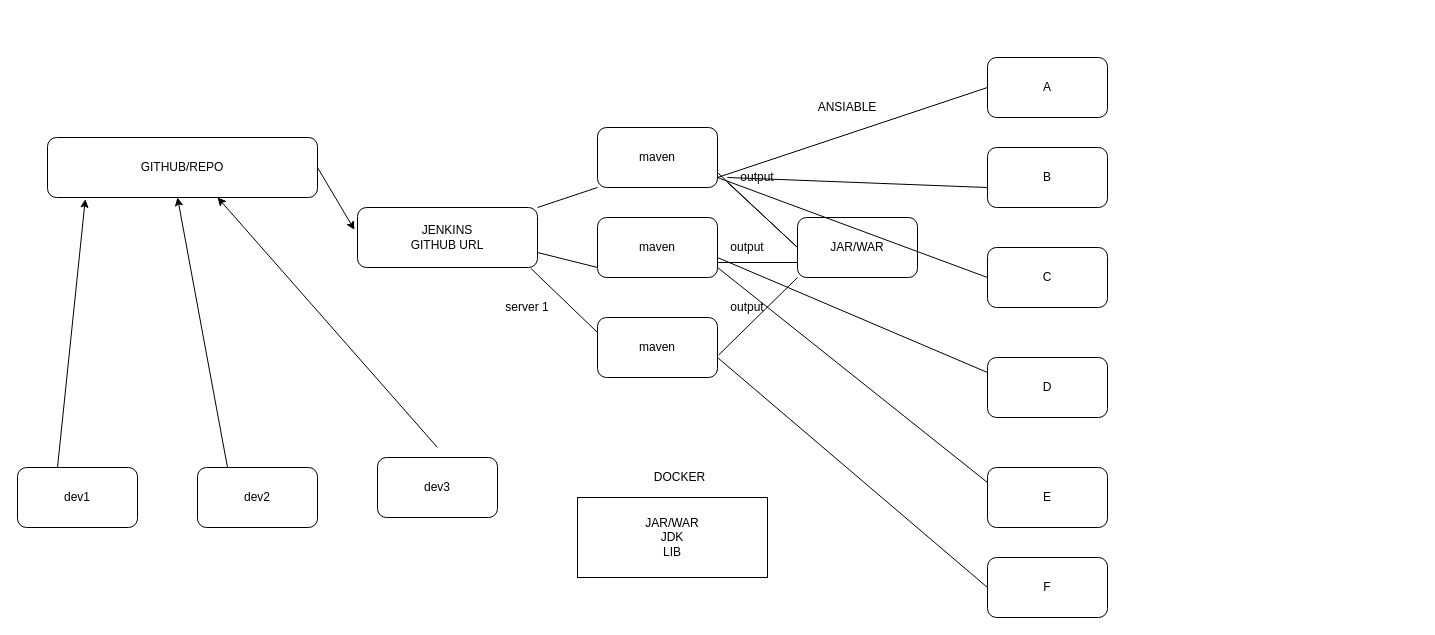
The draw.io diagram git-maven-jenkins.drawio in ashisnishanka/JENKINS, before the edit. Source tidied: cells renumbered, new cells numbered last; positions are measured from the earlier drawing's top-left corner, leaving out a move shared by most shapes. Both pictures are drawn from the tidied source at 100%, with x=0, y=0 at pixel (17, 57).
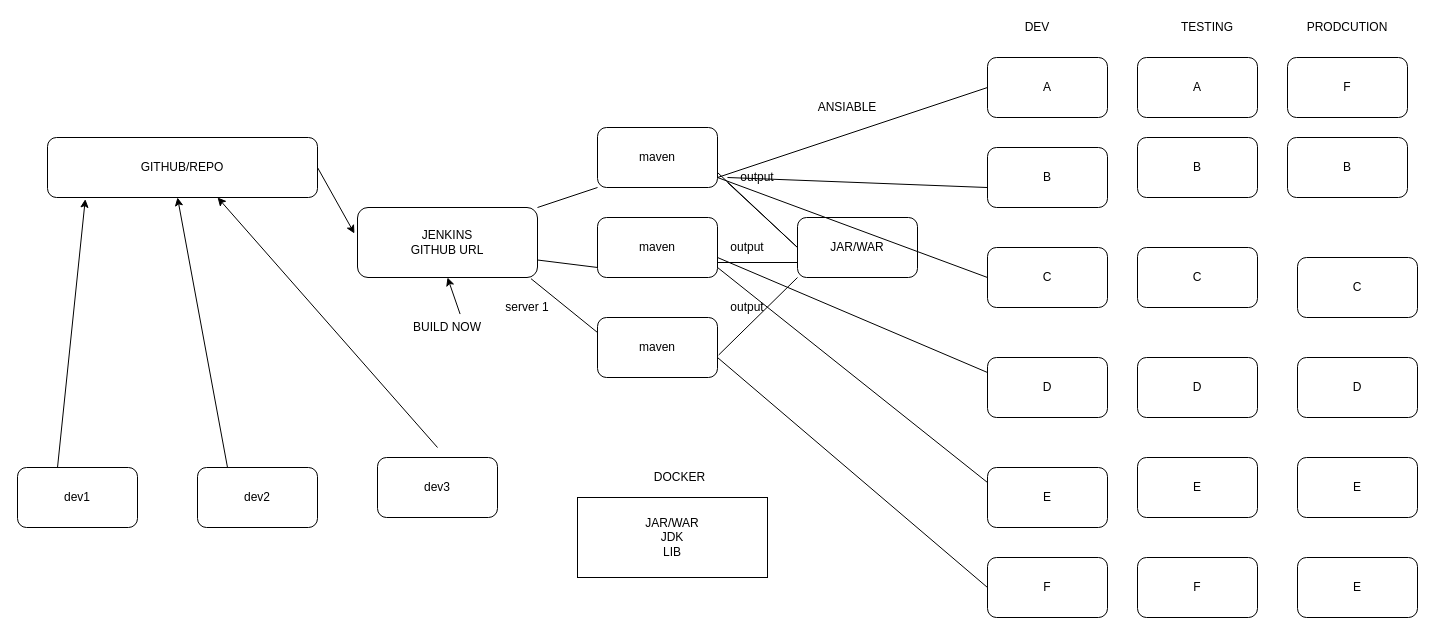
The same diagram, later.

What changed in the source:
```diff
@@
     <mxCell id="9" value="JENKINS&lt;br&gt;GITHUB URL" style="rounded=1;whiteSpace=wrap;html=1;" parent="1" vertex="1">
-      <mxGeometry x="340" y="150" width="180" height="60" as="geometry" />
+      <mxGeometry x="340" y="150" width="180" height="70" as="geometry" />
     </mxCell>
@@
+    <mxCell id="41" value="A" style="rounded=1;whiteSpace=wrap;html=1;" parent="1" vertex="1">
+      <mxGeometry x="1120" width="120" height="60" as="geometry" />
+    </mxCell>
+    <mxCell id="42" value="B" style="rounded=1;whiteSpace=wrap;html=1;" parent="1" vertex="1">
+      <mxGeometry x="1120" y="80" width="120" height="60" as="geometry" />
+    </mxCell>
+    <mxCell id="43" value="C" style="rounded=1;whiteSpace=wrap;html=1;" parent="1" vertex="1">
+      <mxGeometry x="1120" y="190" width="120" height="60" as="geometry" />
+    </mxCell>
+    <mxCell id="44" value="D" style="rounded=1;whiteSpace=wrap;html=1;" parent="1" vertex="1">
+      <mxGeometry x="1120" y="300" width="120" height="60" as="geometry" />
+    </mxCell>
+    <mxCell id="45" value="E" style="rounded=1;whiteSpace=wrap;html=1;" parent="1" vertex="1">
+      <mxGeometry x="1120" y="400" width="120" height="60" as="geometry" />
+    </mxCell>
+    <mxCell id="46" value="F" style="rounded=1;whiteSpace=wrap;html=1;" parent="1" vertex="1">
+      <mxGeometry x="1120" y="500" width="120" height="60" as="geometry" />
+    </mxCell>
+    <mxCell id="47" value="F" style="rounded=1;whiteSpace=wrap;html=1;" parent="1" vertex="1">
+      <mxGeometry x="1270" width="120" height="60" as="geometry" />
+    </mxCell>
+    <mxCell id="48" value="B" style="rounded=1;whiteSpace=wrap;html=1;" parent="1" vertex="1">
+      <mxGeometry x="1270" y="80" width="120" height="60" as="geometry" />
+    </mxCell>
+    <mxCell id="49" value="C" style="rounded=1;whiteSpace=wrap;html=1;" parent="1" vertex="1">
+      <mxGeometry x="1280" y="200" width="120" height="60" as="geometry" />
+    </mxCell>
+    <mxCell id="50" value="D" style="rounded=1;whiteSpace=wrap;html=1;" parent="1" vertex="1">
+      <mxGeometry x="1280" y="300" width="120" height="60" as="geometry" />
+    </mxCell>
+    <mxCell id="51" value="E" style="rounded=1;whiteSpace=wrap;html=1;" parent="1" vertex="1">
+      <mxGeometry x="1280" y="400" width="120" height="60" as="geometry" />
+    </mxCell>
+    <mxCell id="52" value="E" style="rounded=1;whiteSpace=wrap;html=1;" parent="1" vertex="1">
+      <mxGeometry x="1280" y="500" width="120" height="60" as="geometry" />
+    </mxCell>
+    <mxCell id="53" value="DEV" style="text;html=1;strokeColor=none;fillColor=none;align=center;verticalAlign=middle;whiteSpace=wrap;rounded=0;" parent="1" vertex="1">
+      <mxGeometry x="1000" y="-40" width="40" height="20" as="geometry" />
+    </mxCell>
+    <mxCell id="54" value="TESTING" style="text;html=1;strokeColor=none;fillColor=none;align=center;verticalAlign=middle;whiteSpace=wrap;rounded=0;" parent="1" vertex="1">
+      <mxGeometry x="1170" y="-40" width="40" height="20" as="geometry" />
+    </mxCell>
+    <mxCell id="55" value="PRODCUTION" style="text;html=1;strokeColor=none;fillColor=none;align=center;verticalAlign=middle;whiteSpace=wrap;rounded=0;" parent="1" vertex="1">
+      <mxGeometry x="1310" y="-40" width="40" height="20" as="geometry" />
+    </mxCell>
+    <mxCell id="56" value="BUILD NOW" style="text;html=1;strokeColor=none;fillColor=none;align=center;verticalAlign=middle;whiteSpace=wrap;rounded=0;" parent="1" vertex="1">
+      <mxGeometry x="380" y="260" width="100" height="20" as="geometry" />
+    </mxCell>
+    <mxCell id="57" style="endArrow=classic;html=1;exitX=0.626;exitY=-0.172;exitDx=0;exitDy=0;exitPerimeter=0;entryX=0.5;entryY=1;entryDx=0;entryDy=0;" parent="1" edge="1" source="56" target="9">
+      <mxGeometry relative="1" as="geometry" />
+    </mxCell>
```
